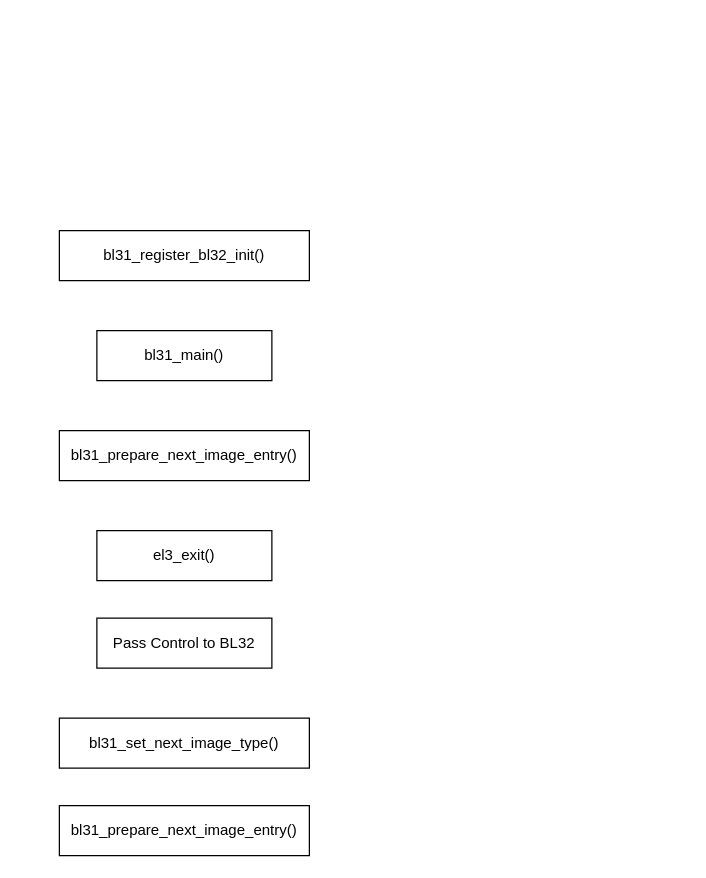
Earlier version of the draw.io diagram cca-workflow/bl32.drawio (EdisonE3/draw-pictures). Source tidied: cells renumbered, new cells numbered last; positions are measured from the earlier drawing's top-left corner, leaving out a move shared by most shapes. Both pictures are drawn from the tidied source at 125%, with x=0, y=0 at pixel (59, 230).
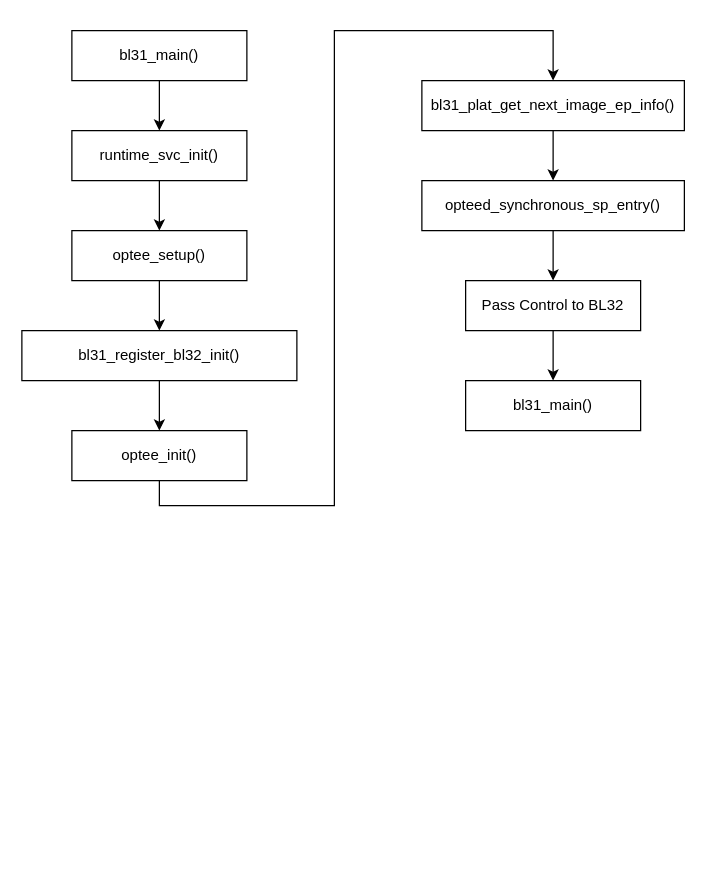
After the change.

What changed in the source:
```diff
@@
+    <mxCell id="9" style="edgeStyle=orthogonalEdgeStyle;rounded=0;jettySize=auto;html=1;exitX=0.5;exitY=1;exitDx=0;exitDy=0;entryX=0.5;entryY=0;entryDx=0;entryDy=0;" parent="1" edge="1" source="2" target="22">
+      <mxGeometry relative="1" as="geometry" />
+    </mxCell>
     <mxCell id="2" value="bl31_register_bl32_init()" style="rounded=0;whiteSpace=wrap;html=1;" parent="1" vertex="1">
-      <mxGeometry width="200" height="40" as="geometry" />
+      <mxGeometry x="-30" y="80" width="220" height="40" as="geometry" />
     </mxCell>
     <mxCell id="3" value="bl31_main()" style="rounded=0;whiteSpace=wrap;html=1;" parent="1" vertex="1">
-      <mxGeometry x="30" y="80" width="140" height="40" as="geometry" />
+      <mxGeometry x="325" y="120" width="140" height="40" as="geometry" />
     </mxCell>
-    <mxCell id="4" value="bl31_prepare_next_image_entry()" style="rounded=0;whiteSpace=wrap;html=1;" parent="1" vertex="1">
-      <mxGeometry y="160" width="200" height="40" as="geometry" />
-    </mxCell>
-    <mxCell id="5" value="el3_exit()" style="rounded=0;whiteSpace=wrap;html=1;" parent="1" vertex="1">
-      <mxGeometry x="30" y="240" width="140" height="40" as="geometry" />
-    </mxCell>
-    <mxCell id="6" value="bl31_set_next_image_type()" style="rounded=0;whiteSpace=wrap;html=1;" parent="1" vertex="1">
-      <mxGeometry y="390" width="200" height="40" as="geometry" />
-    </mxCell>
-    <mxCell id="7" value="bl31_prepare_next_image_entry()" style="rounded=0;whiteSpace=wrap;html=1;" parent="1" vertex="1">
-      <mxGeometry y="460" width="200" height="40" as="geometry" />
-    </mxCell>
+    <mxCell id="10" style="edgeStyle=orthogonalEdgeStyle;rounded=0;jettySize=auto;html=1;exitX=0.5;exitY=1;exitDx=0;exitDy=0;entryX=0.5;entryY=0;entryDx=0;entryDy=0;" parent="1" edge="1" source="8" target="3">
+      <mxGeometry relative="1" as="geometry" />
+    </mxCell>
     <mxCell id="8" value="Pass Control to BL32" style="rounded=0;whiteSpace=wrap;html=1;" parent="1" vertex="1">
-      <mxGeometry x="30" y="310" width="140" height="40" as="geometry" />
+      <mxGeometry x="325" y="40" width="140" height="40" as="geometry" />
     </mxCell>
+    <mxCell id="11" style="edgeStyle=orthogonalEdgeStyle;rounded=0;jettySize=auto;html=1;exitX=0.5;exitY=1;exitDx=0;exitDy=0;entryX=0.5;entryY=0;entryDx=0;entryDy=0;" parent="1" edge="1" source="12" target="14">
+      <mxGeometry relative="1" as="geometry" />
+    </mxCell>
+    <mxCell id="12" value="bl31_main()" style="rounded=0;whiteSpace=wrap;html=1;" parent="1" vertex="1">
+      <mxGeometry x="10" y="-160" width="140" height="40" as="geometry" />
+    </mxCell>
+    <mxCell id="13" style="edgeStyle=orthogonalEdgeStyle;rounded=0;jettySize=auto;html=1;exitX=0.5;exitY=1;exitDx=0;exitDy=0;entryX=0.5;entryY=0;entryDx=0;entryDy=0;" parent="1" edge="1" source="14" target="16">
+      <mxGeometry relative="1" as="geometry" />
+    </mxCell>
+    <mxCell id="14" value="runtime_svc_init()" style="rounded=0;whiteSpace=wrap;html=1;" parent="1" vertex="1">
+      <mxGeometry x="10" y="-80" width="140" height="40" as="geometry" />
+    </mxCell>
+    <mxCell id="15" style="edgeStyle=orthogonalEdgeStyle;rounded=0;jettySize=auto;html=1;exitX=0.5;exitY=1;exitDx=0;exitDy=0;" parent="1" edge="1" source="16" target="2">
+      <mxGeometry relative="1" as="geometry" />
+    </mxCell>
+    <mxCell id="16" value="optee_setup()" style="rounded=0;whiteSpace=wrap;html=1;" parent="1" vertex="1">
+      <mxGeometry x="10" width="140" height="40" as="geometry" />
+    </mxCell>
+    <mxCell id="17" style="edgeStyle=orthogonalEdgeStyle;rounded=0;jettySize=auto;html=1;exitX=0.5;exitY=1;exitDx=0;exitDy=0;" parent="1" edge="1" source="18" target="20">
+      <mxGeometry relative="1" as="geometry" />
+    </mxCell>
+    <mxCell id="18" value="bl31_plat_get_next_image_ep_info()" style="rounded=0;whiteSpace=wrap;html=1;" parent="1" vertex="1">
+      <mxGeometry x="290" y="-120" width="210" height="40" as="geometry" />
+    </mxCell>
+    <mxCell id="19" style="edgeStyle=orthogonalEdgeStyle;rounded=0;jettySize=auto;html=1;exitX=0.5;exitY=1;exitDx=0;exitDy=0;entryX=0.5;entryY=0;entryDx=0;entryDy=0;" parent="1" edge="1" source="20" target="8">
+      <mxGeometry relative="1" as="geometry" />
+    </mxCell>
+    <mxCell id="20" value="opteed_synchronous_sp_entry()" style="rounded=0;whiteSpace=wrap;html=1;" parent="1" vertex="1">
+      <mxGeometry x="290" y="-40" width="210" height="40" as="geometry" />
+    </mxCell>
+    <mxCell id="21" style="edgeStyle=orthogonalEdgeStyle;rounded=0;jettySize=auto;html=1;exitX=0.5;exitY=1;exitDx=0;exitDy=0;entryX=0.5;entryY=0;entryDx=0;entryDy=0;" parent="1" edge="1" source="22" target="18">
+      <mxGeometry relative="1" as="geometry">
+        <Array as="points">
+          <mxPoint x="80" y="220" />
+          <mxPoint x="220" y="220" />
+          <mxPoint x="220" y="-160" />
+          <mxPoint x="395" y="-160" />
+        </Array>
+      </mxGeometry>
+    </mxCell>
+    <mxCell id="22" value="optee_init()" style="rounded=0;whiteSpace=wrap;html=1;" parent="1" vertex="1">
+      <mxGeometry x="10" y="160" width="140" height="40" as="geometry" />
+    </mxCell>
```
